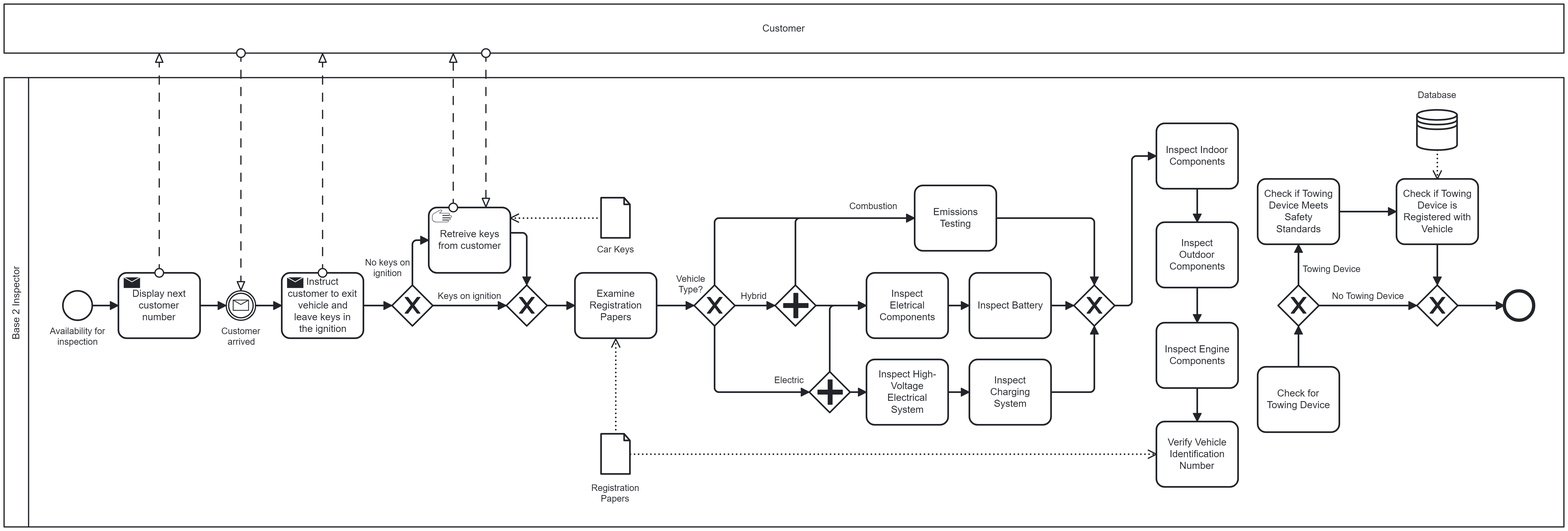
This is process_modeling/as_is_processes/sub_process_2/subprocesso_2.png from franciscoAbreuTecnico/Business-Process-Engineering-and-Technology, a BPMN export, as it was before one commit. Its source is kept beside it as process_modeling/as_is_processes/sub_process_2/subprocesso_2.bpmn. Ids are renumbered.
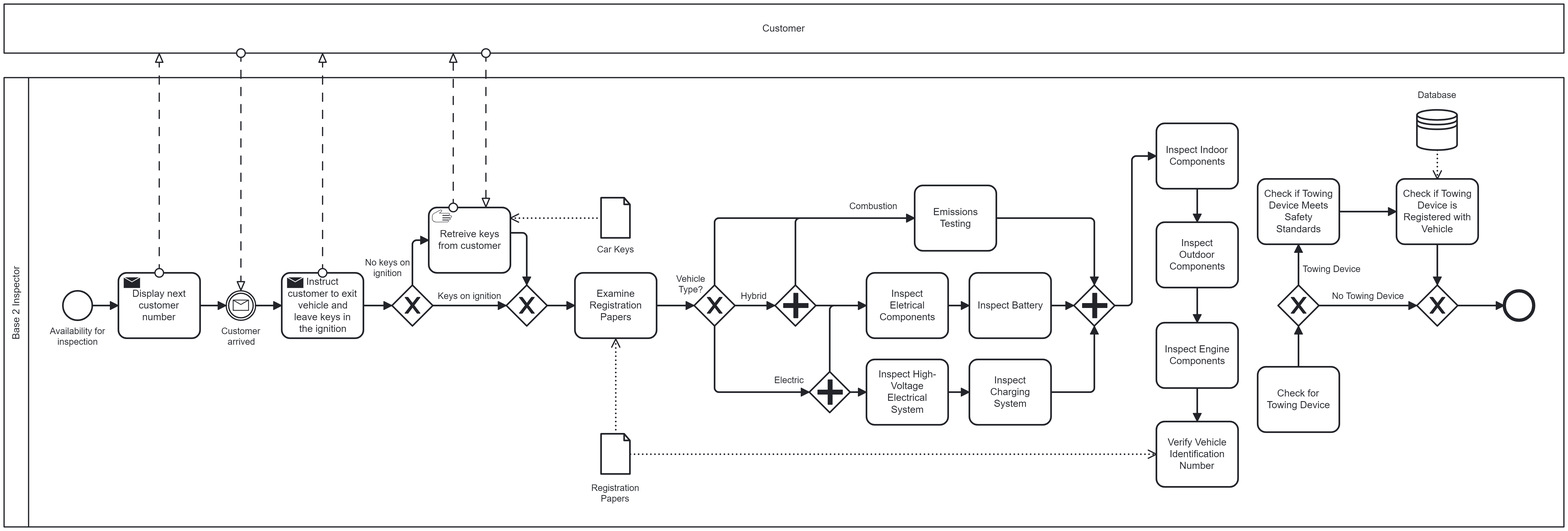
The same file after the commit.

What changed in the source:
```diff
@@ -121,12 +121,6 @@
       <bpmn:incoming>Flow_n63</bpmn:incoming>
       <bpmn:outgoing>Flow_n41</bpmn:outgoing>
     </bpmn:task>
-    <bpmn:exclusiveGateway id="Gateway_n68">
-      <bpmn:incoming>Flow_n66</bpmn:incoming>
-      <bpmn:incoming>Flow_n60</bpmn:incoming>
-      <bpmn:incoming>Flow_n42</bpmn:incoming>
-      <bpmn:outgoing>Flow_n69</bpmn:outgoing>
-    </bpmn:exclusiveGateway>
     <bpmn:task id="Activity_n70" name="Verify Vehicle Identification Number">
       <bpmn:incoming>Flow_n71</bpmn:incoming>
       <bpmn:property id="Property_n72" name="__targetRef_placeholder" />
@@ -183,6 +177,12 @@
     </bpmn:manualTask>
     <bpmn:dataObjectReference id="DataObjectReference_n81" name="Car Keys" dataObjectRef="DataObject_n82" />
     <bpmn:dataObject id="DataObject_n82" />
+    <bpmn:parallelGateway id="Gateway_n68">
+      <bpmn:incoming>Flow_n42</bpmn:incoming>
+      <bpmn:incoming>Flow_n60</bpmn:incoming>
+      <bpmn:incoming>Flow_n66</bpmn:incoming>
+      <bpmn:outgoing>Flow_n69</bpmn:outgoing>
+    </bpmn:parallelGateway>
   </bpmn:process>
   <bpmndi:BPMNDiagram id="BPMNDiagram_1">
     <bpmndi:BPMNPlane id="BPMNPlane_1" bpmnElement="Collaboration_n2">
@@ -277,9 +277,6 @@
         <dc:Bounds x="1246" y="439" width="100" height="80" />
         <bpmndi:BPMNLabel />
       </bpmndi:BPMNShape>
-      <bpmndi:BPMNShape id="Gateway_n68_di" bpmnElement="Gateway_n68" isMarkerVisible="true">
-        <dc:Bounds x="1500" y="454" width="50" height="50" />
-      </bpmndi:BPMNShape>
       <bpmndi:BPMNShape id="Activity_n70_di" bpmnElement="Activity_n70">
         <dc:Bounds x="1601" y="621" width="100" height="80" />
         <bpmndi:BPMNLabel />
@@ -310,6 +307,9 @@
         <bpmndi:BPMNLabel>
           <dc:Bounds x="916" y="404" width="46" height="14" />
         </bpmndi:BPMNLabel>
+      </bpmndi:BPMNShape>
+      <bpmndi:BPMNShape id="Gateway_01fvgyv_di" bpmnElement="Gateway_n68">
+        <dc:Bounds x="1500" y="454" width="50" height="50" />
       </bpmndi:BPMNShape>
       <bpmndi:BPMNEdge id="Flow_n16_di" bpmnElement="Flow_n16">
         <di:waypoint x="1085" y="479" />
@@ -474,9 +474,17 @@
         <di:waypoint x="939" y="636" />
         <di:waypoint x="939" y="520" />
       </bpmndi:BPMNEdge>
+      <bpmndi:BPMNEdge id="DataInputAssociation_n52_di" bpmnElement="DataInputAssociation_n52">
+        <di:waypoint x="1945" y="289" />
+        <di:waypoint x="1945" y="324" />
+      </bpmndi:BPMNEdge>
       <bpmndi:BPMNEdge id="DataInputAssociation_n73_di" bpmnElement="DataInputAssociation_n73">
         <di:waypoint x="957" y="661" />
         <di:waypoint x="1601" y="661" />
+      </bpmndi:BPMNEdge>
+      <bpmndi:BPMNEdge id="DataInputAssociation_n80_di" bpmnElement="DataInputAssociation_n80">
+        <di:waypoint x="921" y="372" />
+        <di:waypoint x="810" y="372" />
       </bpmndi:BPMNEdge>
       <bpmndi:BPMNEdge id="Flow_n6_di" bpmnElement="Flow_n6">
         <di:waypoint x="380" y="439" />
@@ -494,18 +502,10 @@
         <di:waypoint x="780" y="170" />
         <di:waypoint x="780" y="359" />
       </bpmndi:BPMNEdge>
-      <bpmndi:BPMNEdge id="DataInputAssociation_n52_di" bpmnElement="DataInputAssociation_n52">
-        <di:waypoint x="1945" y="289" />
-        <di:waypoint x="1945" y="324" />
-      </bpmndi:BPMNEdge>
       <bpmndi:BPMNEdge id="Flow_n14_di" bpmnElement="Flow_n14">
         <di:waypoint x="740" y="359" />
         <di:waypoint x="740" y="170" />
       </bpmndi:BPMNEdge>
-      <bpmndi:BPMNEdge id="DataInputAssociation_n80_di" bpmnElement="DataInputAssociation_n80">
-        <di:waypoint x="921" y="372" />
-        <di:waypoint x="810" y="372" />
-      </bpmndi:BPMNEdge>
     </bpmndi:BPMNPlane>
   </bpmndi:BPMNDiagram>
 </bpmn:definitions>
```
